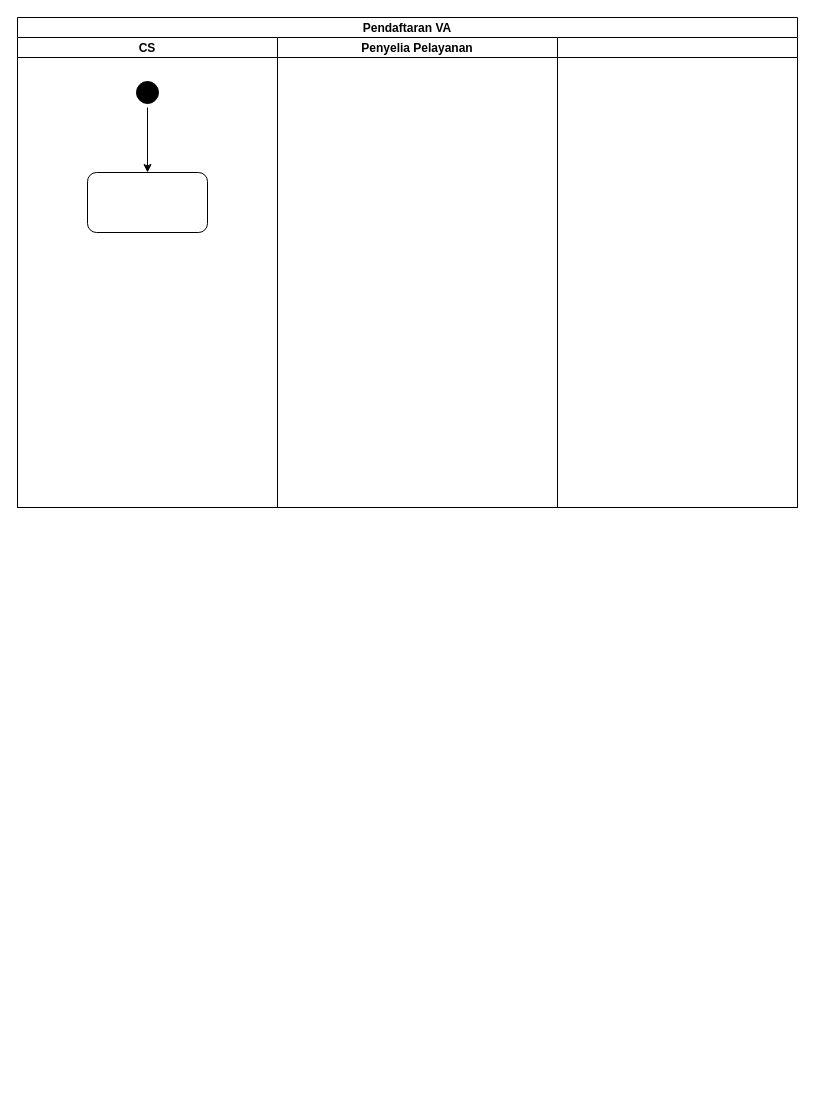
Earlier version of the draw.io diagram page "Pendaftaran VA" (2 of 4) of use-case/flow-pendaftaran.drawio (aribrilliantsyah/fsd_va_bpd_diy). Source tidied: cells renumbered, new cells numbered last; positions are measured from the earlier drawing's top-left corner, leaving out a move shared by most shapes. Both pictures are drawn from the tidied source at 100%, with x=0, y=0 at pixel (17, 17).
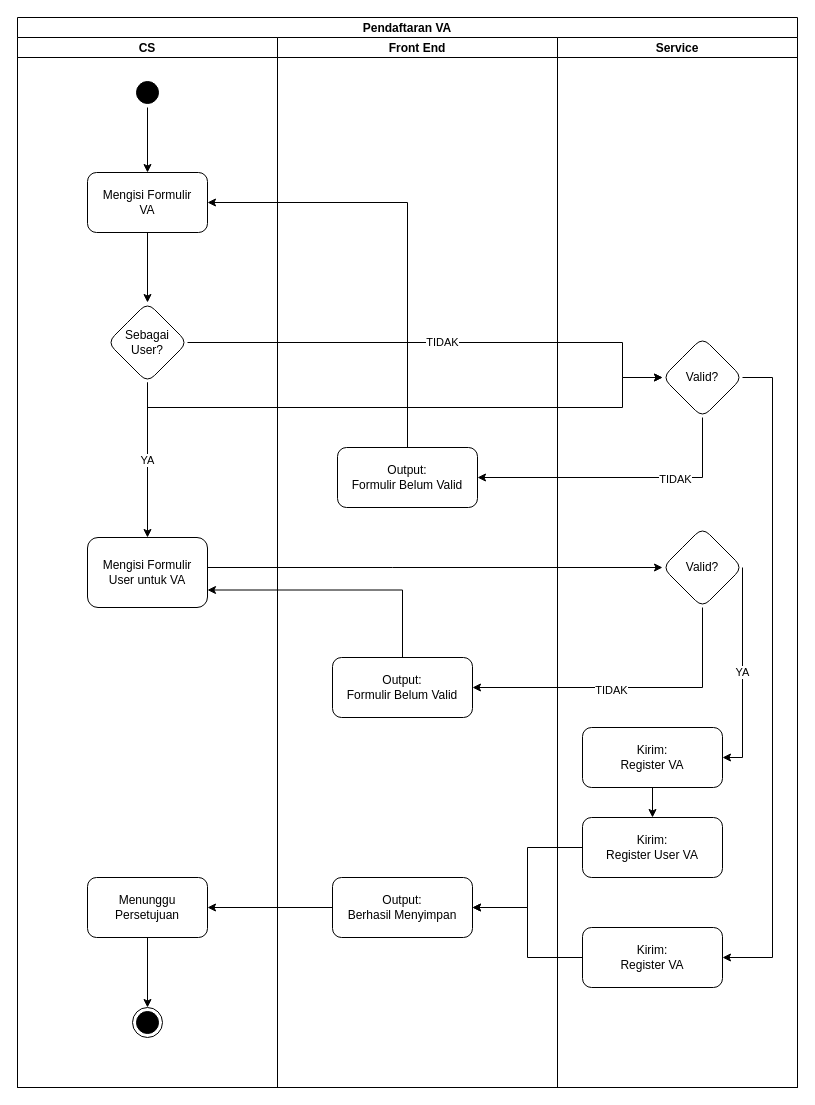
Above is the later version.

Diff of the diagram source:
```diff
@@
     <mxCell id="2" value="Pendaftaran VA" style="swimlane;startSize=20;" parent="1" vertex="1">
-      <mxGeometry width="780" height="490" as="geometry" />
+      <mxGeometry width="780" height="1070" as="geometry" />
     </mxCell>
     <mxCell id="3" value="CS" style="swimlane;startSize=20;" parent="2" vertex="1">
-      <mxGeometry y="20" width="260" height="470" as="geometry" />
+      <mxGeometry y="20" width="260" height="1050" as="geometry" />
     </mxCell>
@@
+    <mxCell id="9" style="edgeStyle=orthogonalEdgeStyle;rounded=0;jettySize=auto;html=1;" parent="3" edge="1" source="6" target="11">
+      <mxGeometry relative="1" as="geometry" />
+    </mxCell>
-    <mxCell id="6" style="rounded=1;whiteSpace=wrap;html=1;fillColor=none;strokeColor=#000000;gradientColor=none;" parent="3" vertex="1">
+    <mxCell id="6" value="Mengisi Formulir&lt;br&gt;VA" style="rounded=1;whiteSpace=wrap;html=1;fillColor=none;strokeColor=#000000;gradientColor=none;" parent="3" vertex="1">
       <mxGeometry x="70" y="135" width="120" height="60" as="geometry" />
     </mxCell>
+    <mxCell id="10" value="YA" style="edgeStyle=orthogonalEdgeStyle;rounded=0;jettySize=auto;html=1;" parent="3" edge="1" source="11" target="12">
+      <mxGeometry relative="1" as="geometry" />
+    </mxCell>
+    <mxCell id="11" value="Sebagai User?" style="rhombus;whiteSpace=wrap;html=1;fillColor=none;strokeColor=#000000;rounded=1;gradientColor=none;" parent="3" vertex="1">
+      <mxGeometry x="90" y="265" width="80" height="80" as="geometry" />
+    </mxCell>
+    <mxCell id="12" value="Mengisi Formulir&lt;br&gt;User untuk VA" style="whiteSpace=wrap;html=1;fillColor=none;strokeColor=#000000;rounded=1;gradientColor=none;" parent="3" vertex="1">
+      <mxGeometry x="70" y="500" width="120" height="70" as="geometry" />
+    </mxCell>
+    <mxCell id="13" style="edgeStyle=orthogonalEdgeStyle;rounded=0;jettySize=auto;html=1;entryX=0.5;entryY=0;entryDx=0;entryDy=0;strokeColor=#000000;" parent="3" edge="1" source="14" target="15">
+      <mxGeometry relative="1" as="geometry" />
+    </mxCell>
+    <mxCell id="14" value="Menunggu Persetujuan" style="whiteSpace=wrap;html=1;fillColor=none;strokeColor=#000000;rounded=1;gradientColor=none;" parent="3" vertex="1">
+      <mxGeometry x="70" y="840" width="120" height="60" as="geometry" />
+    </mxCell>
+    <mxCell id="15" style="ellipse;html=1;shape=endState;fillColor=#000000;strokeColor=#000000;" parent="3" vertex="1">
+      <mxGeometry x="115" y="970" width="30" height="30" as="geometry" />
+    </mxCell>
-    <mxCell id="7" value="Penyelia Pelayanan" style="swimlane;startSize=20;" parent="2" vertex="1">
-      <mxGeometry x="260" y="20" width="280" height="470" as="geometry" />
+    <mxCell id="7" value="Front End" style="swimlane;startSize=20;" parent="2" vertex="1">
+      <mxGeometry x="260" y="20" width="280" height="1050" as="geometry" />
     </mxCell>
+    <mxCell id="16" value="Output:&lt;br&gt;Formulir Belum Valid" style="whiteSpace=wrap;html=1;fillColor=none;strokeColor=#000000;rounded=1;gradientColor=none;" parent="7" vertex="1">
+      <mxGeometry x="60" y="410" width="140" height="60" as="geometry" />
+    </mxCell>
+    <mxCell id="17" value="Output:&lt;br&gt;Formulir Belum Valid" style="whiteSpace=wrap;html=1;fillColor=none;strokeColor=#000000;rounded=1;gradientColor=none;" parent="7" vertex="1">
+      <mxGeometry x="55" y="620" width="140" height="60" as="geometry" />
+    </mxCell>
+    <mxCell id="18" value="Output:&lt;br&gt;Berhasil Menyimpan" style="whiteSpace=wrap;html=1;fillColor=none;strokeColor=#000000;rounded=1;gradientColor=none;" parent="7" vertex="1">
+      <mxGeometry x="55" y="840" width="140" height="60" as="geometry" />
+    </mxCell>
-    <mxCell id="8" style="swimlane;startSize=20;" parent="2" vertex="1">
-      <mxGeometry x="540" y="20" width="240" height="470" as="geometry" />
+    <mxCell id="8" value="Service" style="swimlane;startSize=20;" parent="2" vertex="1">
+      <mxGeometry x="540" y="20" width="240" height="1050" as="geometry" />
     </mxCell>
+    <mxCell id="19" value="Valid?" style="rhombus;whiteSpace=wrap;html=1;fillColor=none;strokeColor=#000000;rounded=1;gradientColor=none;" parent="8" vertex="1">
+      <mxGeometry x="105" y="300" width="80" height="80" as="geometry" />
+    </mxCell>
+    <mxCell id="20" value="YA" style="edgeStyle=orthogonalEdgeStyle;rounded=0;jettySize=auto;html=1;entryX=1;entryY=0.5;entryDx=0;entryDy=0;strokeColor=#000000;exitX=1;exitY=0.5;exitDx=0;exitDy=0;" parent="8" edge="1" source="21" target="23">
+      <mxGeometry relative="1" as="geometry">
+        <Array as="points">
+          <mxPoint x="185" y="720" />
+        </Array>
+      </mxGeometry>
+    </mxCell>
+    <mxCell id="21" value="Valid?" style="rhombus;whiteSpace=wrap;html=1;fillColor=none;strokeColor=#000000;rounded=1;gradientColor=none;" parent="8" vertex="1">
+      <mxGeometry x="105" y="490" width="80" height="80" as="geometry" />
+    </mxCell>
+    <mxCell id="22" style="edgeStyle=orthogonalEdgeStyle;rounded=0;jettySize=auto;html=1;strokeColor=#000000;" parent="8" edge="1" source="23" target="24">
+      <mxGeometry relative="1" as="geometry" />
+    </mxCell>
+    <mxCell id="23" value="Kirim:&lt;br&gt;Register VA" style="whiteSpace=wrap;html=1;fillColor=none;strokeColor=#000000;rounded=1;gradientColor=none;" parent="8" vertex="1">
+      <mxGeometry x="25" y="690" width="140" height="60" as="geometry" />
+    </mxCell>
+    <mxCell id="24" value="Kirim:&lt;br&gt;Register User VA" style="whiteSpace=wrap;html=1;fillColor=none;strokeColor=#000000;rounded=1;gradientColor=none;" parent="8" vertex="1">
+      <mxGeometry x="25" y="780" width="140" height="60" as="geometry" />
+    </mxCell>
+    <mxCell id="25" value="Kirim:&lt;br&gt;Register VA" style="whiteSpace=wrap;html=1;fillColor=none;strokeColor=#000000;rounded=1;gradientColor=none;" parent="8" vertex="1">
+      <mxGeometry x="25" y="890" width="140" height="60" as="geometry" />
+    </mxCell>
+    <mxCell id="26" style="edgeStyle=orthogonalEdgeStyle;rounded=0;jettySize=auto;html=1;strokeColor=#000000;entryX=1;entryY=0.5;entryDx=0;entryDy=0;" parent="8" edge="1" source="19" target="25">
+      <mxGeometry relative="1" as="geometry">
+        <Array as="points">
+          <mxPoint x="215" y="340" />
+          <mxPoint x="215" y="920" />
+        </Array>
+      </mxGeometry>
+    </mxCell>
+    <mxCell id="27" style="edgeStyle=orthogonalEdgeStyle;rounded=0;jettySize=auto;html=1;entryX=1;entryY=0.5;entryDx=0;entryDy=0;" parent="2" edge="1" source="16" target="6">
+      <mxGeometry relative="1" as="geometry">
+        <Array as="points">
+          <mxPoint x="390" y="185" />
+        </Array>
+      </mxGeometry>
+    </mxCell>
+    <mxCell id="28" value="TIDAK" style="edgeStyle=orthogonalEdgeStyle;rounded=0;jettySize=auto;html=1;entryX=0;entryY=0.5;entryDx=0;entryDy=0;" parent="2" edge="1" source="11" target="19">
+      <mxGeometry relative="1" as="geometry">
+        <Array as="points">
+          <mxPoint x="605" y="325" />
+          <mxPoint x="605" y="360" />
+        </Array>
+      </mxGeometry>
+    </mxCell>
+    <mxCell id="29" style="edgeStyle=orthogonalEdgeStyle;rounded=0;jettySize=auto;html=1;entryX=1;entryY=0.5;entryDx=0;entryDy=0;fillColor=#fad9d5;strokeColor=#000000;" parent="2" edge="1" source="19" target="16">
+      <mxGeometry relative="1" as="geometry">
+        <Array as="points">
+          <mxPoint x="685" y="460" />
+        </Array>
+      </mxGeometry>
+    </mxCell>
+    <mxCell id="30" value="TIDAK" style="edgeLabel;html=1;align=center;verticalAlign=middle;" parent="29" vertex="1">
+      <mxGeometry x="-0.38" y="1" relative="1" as="geometry" />
+    </mxCell>
+    <mxCell id="31" style="edgeStyle=orthogonalEdgeStyle;rounded=0;jettySize=auto;html=1;entryX=0;entryY=0.5;entryDx=0;entryDy=0;" parent="2" edge="1" source="11" target="19">
+      <mxGeometry relative="1" as="geometry">
+        <Array as="points">
+          <mxPoint x="130" y="390" />
+          <mxPoint x="605" y="390" />
+          <mxPoint x="605" y="360" />
+        </Array>
+      </mxGeometry>
+    </mxCell>
+    <mxCell id="32" style="edgeStyle=orthogonalEdgeStyle;rounded=0;jettySize=auto;html=1;entryX=0;entryY=0.5;entryDx=0;entryDy=0;strokeColor=#000000;" parent="2" edge="1" source="12" target="21">
+      <mxGeometry relative="1" as="geometry">
+        <Array as="points">
+          <mxPoint x="375" y="550" />
+          <mxPoint x="375" y="550" />
+        </Array>
+      </mxGeometry>
+    </mxCell>
+    <mxCell id="33" style="edgeStyle=orthogonalEdgeStyle;rounded=0;jettySize=auto;html=1;entryX=1;entryY=0.5;entryDx=0;entryDy=0;strokeColor=#000000;" parent="2" edge="1" source="21" target="17">
+      <mxGeometry relative="1" as="geometry">
+        <Array as="points">
+          <mxPoint x="685" y="670" />
+        </Array>
+      </mxGeometry>
+    </mxCell>
+    <mxCell id="34" value="TIDAK" style="edgeLabel;html=1;align=center;verticalAlign=middle;" parent="33" vertex="1">
+      <mxGeometry x="0.11" y="2" relative="1" as="geometry" />
+    </mxCell>
+    <mxCell id="35" style="edgeStyle=orthogonalEdgeStyle;rounded=0;jettySize=auto;html=1;entryX=1;entryY=0.75;entryDx=0;entryDy=0;strokeColor=#000000;" parent="2" edge="1" source="17" target="12">
+      <mxGeometry relative="1" as="geometry">
+        <Array as="points">
+          <mxPoint x="385" y="572" />
+        </Array>
+      </mxGeometry>
+    </mxCell>
+    <mxCell id="36" style="edgeStyle=orthogonalEdgeStyle;rounded=0;jettySize=auto;html=1;entryX=1;entryY=0.5;entryDx=0;entryDy=0;strokeColor=#000000;" parent="2" edge="1" source="24" target="18">
+      <mxGeometry relative="1" as="geometry" />
+    </mxCell>
+    <mxCell id="37" style="edgeStyle=orthogonalEdgeStyle;rounded=0;jettySize=auto;html=1;entryX=1;entryY=0.5;entryDx=0;entryDy=0;strokeColor=#000000;" parent="2" edge="1" source="25" target="18">
+      <mxGeometry relative="1" as="geometry" />
+    </mxCell>
+    <mxCell id="38" style="edgeStyle=orthogonalEdgeStyle;rounded=0;jettySize=auto;html=1;entryX=1;entryY=0.5;entryDx=0;entryDy=0;strokeColor=#000000;" parent="2" edge="1" source="18" target="14">
+      <mxGeometry relative="1" as="geometry" />
+    </mxCell>
```
